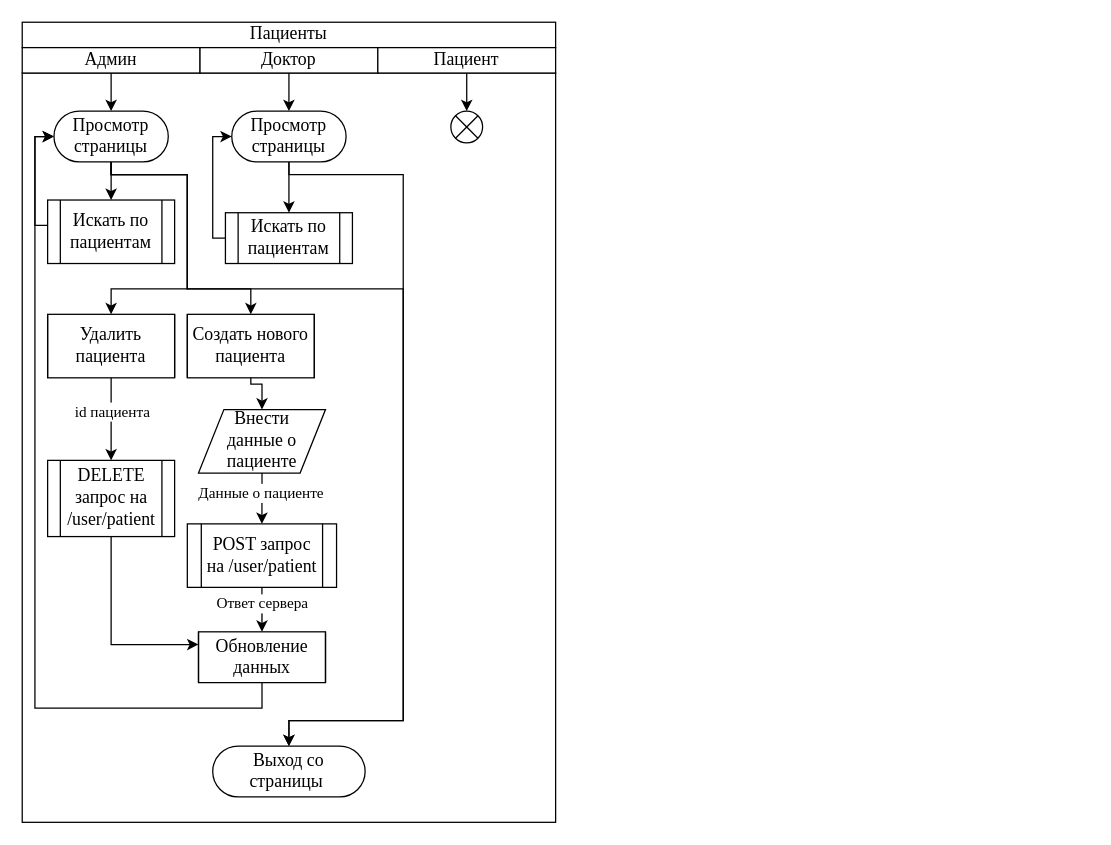
This is rooms and departments.drawio from arturyumaev/Bachelor-Diploma-Docs, a draw.io file, before an edit. Source tidied: cells renumbered, new cells numbered last; positions are measured from the earlier drawing's top-left corner, leaving out a move shared by most shapes. Both pictures are drawn from the tidied source at 127%, with x=0, y=0 at pixel (22, 22).
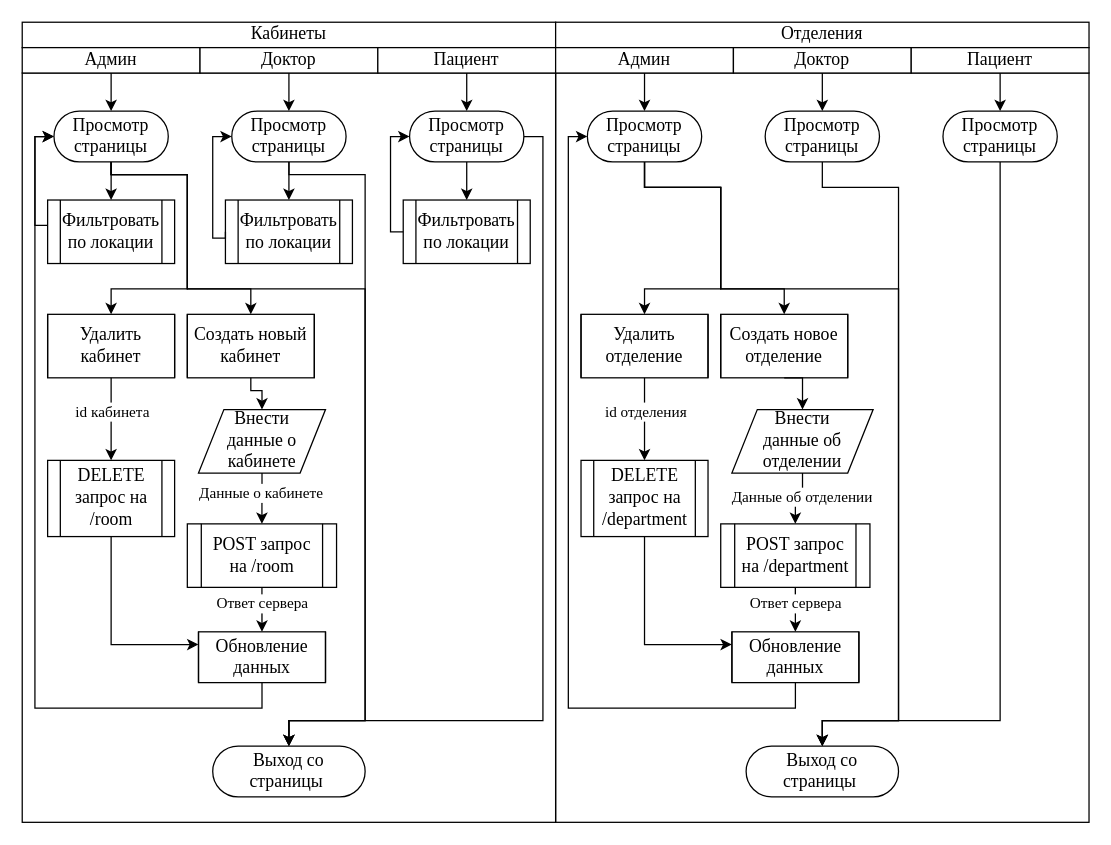
Above is the later version.

The change refers to these unchanged cells:
```xml
<mxCell id="9" value="&lt;font style=&quot;font-size: 14px&quot; face=&quot;Times New Roman&quot;&gt;Пациент&lt;/font&gt;" style="rounded=0;whiteSpace=wrap;html=1;" parent="1" vertex="1">
  <mxGeometry x="280" y="20" width="140" height="20" as="geometry" />
</mxCell>
<mxCell id="15" value="&lt;font style=&quot;font-size: 14px&quot; face=&quot;Times New Roman&quot;&gt;Просмотр страницы&lt;/font&gt;" style="rounded=1;whiteSpace=wrap;html=1;fillColor=none;arcSize=50;" parent="1" vertex="1">
  <mxGeometry x="25" y="70" width="90" height="40" as="geometry" />
</mxCell>
<mxCell id="16" value="&lt;font style=&quot;font-size: 14px&quot; face=&quot;Times New Roman&quot;&gt;Выход со страницы&amp;nbsp;&lt;/font&gt;" style="rounded=1;whiteSpace=wrap;html=1;fillColor=none;arcSize=50;" parent="1" vertex="1">
  <mxGeometry x="150" y="570" width="120" height="40" as="geometry" />
</mxCell>
<mxCell id="21" value="&lt;font style=&quot;font-size: 14px&quot; face=&quot;Times New Roman&quot;&gt;Просмотр страницы&lt;/font&gt;" style="rounded=1;whiteSpace=wrap;html=1;fillColor=none;arcSize=50;" parent="1" vertex="1">
  <mxGeometry x="165" y="70" width="90" height="40" as="geometry" />
</mxCell>
<mxCell id="26" style="edgeStyle=orthogonalEdgeStyle;rounded=0;jettySize=auto;html=1;exitX=0.5;exitY=1;exitDx=0;exitDy=0;entryX=0.5;entryY=0;entryDx=0;entryDy=0;" parent="1" edge="1" source="28" target="31">
  <mxGeometry relative="1" as="geometry" />
</mxCell>
<mxCell id="34" style="edgeStyle=orthogonalEdgeStyle;rounded=0;jettySize=auto;html=1;exitX=0.5;exitY=1;exitDx=0;exitDy=0;entryX=0.5;entryY=0;entryDx=0;entryDy=0;" parent="1" edge="1" source="36" target="38">
  <mxGeometry relative="1" as="geometry" />
</mxCell>
```

The edit, as a diff of the source:
```diff
@@
-    <mxCell id="3" value="&lt;font face=&quot;Times New Roman&quot;&gt;&lt;span style=&quot;font-size: 14px&quot;&gt;Пациенты&lt;/span&gt;&lt;/font&gt;" style="rounded=0;whiteSpace=wrap;html=1;" parent="1" vertex="1">
+    <mxCell id="3" value="&lt;font face=&quot;Times New Roman&quot;&gt;&lt;span style=&quot;font-size: 14px&quot;&gt;Кабинеты&lt;/span&gt;&lt;/font&gt;" style="rounded=0;whiteSpace=wrap;html=1;" parent="1" vertex="1">
       <mxGeometry width="420" height="20" as="geometry" />
     </mxCell>
@@
-    <mxCell id="8" style="edgeStyle=orthogonalEdgeStyle;rounded=0;jettySize=auto;html=1;exitX=0.5;exitY=1;exitDx=0;exitDy=0;entryX=0.5;entryY=0;entryDx=0;entryDy=0;endArrow=classic;endFill=1;" parent="1" edge="1" source="9" target="39">
+    <mxCell id="8" style="edgeStyle=orthogonalEdgeStyle;rounded=0;jettySize=auto;html=1;exitX=0.5;exitY=1;exitDx=0;exitDy=0;entryX=0.5;entryY=0;entryDx=0;entryDy=0;endArrow=classic;endFill=1;" parent="1" edge="1" source="9" target="46">
       <mxGeometry relative="1" as="geometry" />
     </mxCell>
@@
     <mxCell id="14" style="edgeStyle=orthogonalEdgeStyle;rounded=0;jettySize=auto;html=1;entryX=0.5;entryY=0;entryDx=0;entryDy=0;" parent="1" edge="1" source="15" target="16">
       <mxGeometry relative="1" as="geometry">
         <Array as="points">
           <mxPoint x="70" y="120" />
           <mxPoint x="130" y="120" />
           <mxPoint x="130" y="210" />
-          <mxPoint x="300" y="210" />
-          <mxPoint x="300" y="550" />
+          <mxPoint x="270" y="210" />
+          <mxPoint x="270" y="550" />
           <mxPoint x="210" y="550" />
         </Array>
       </mxGeometry>
     </mxCell>
@@
-    <mxCell id="18" value="&lt;font style=&quot;font-size: 14px&quot; face=&quot;Times New Roman&quot;&gt;Искать по пациентам&lt;/font&gt;" style="shape=process;whiteSpace=wrap;html=1;backgroundOutline=1;fillColor=none;" parent="1" vertex="1">
+    <mxCell id="18" value="&lt;font style=&quot;font-size: 14px&quot; face=&quot;Times New Roman&quot;&gt;Фильтровать по локации&lt;/font&gt;" style="shape=process;whiteSpace=wrap;html=1;backgroundOutline=1;fillColor=none;" parent="1" vertex="1">
       <mxGeometry x="20" y="140" width="100" height="50" as="geometry" />
     </mxCell>
@@
     <mxCell id="20" style="edgeStyle=orthogonalEdgeStyle;rounded=0;jettySize=auto;html=1;entryX=0.5;entryY=0;entryDx=0;entryDy=0;" parent="1" edge="1" source="21" target="16">
       <mxGeometry relative="1" as="geometry">
         <Array as="points">
           <mxPoint x="210" y="120" />
-          <mxPoint x="300" y="120" />
-          <mxPoint x="300" y="550" />
+          <mxPoint x="270" y="120" />
+          <mxPoint x="270" y="550" />
           <mxPoint x="210" y="550" />
         </Array>
       </mxGeometry>
     </mxCell>
@@
-    <mxCell id="23" value="&lt;font style=&quot;font-size: 14px&quot; face=&quot;Times New Roman&quot;&gt;Искать по пациентам&lt;/font&gt;" style="shape=process;whiteSpace=wrap;html=1;backgroundOutline=1;fillColor=none;" parent="1" vertex="1">
-      <mxGeometry x="160" y="150" width="100" height="40" as="geometry" />
+    <mxCell id="23" value="&lt;font style=&quot;font-size: 14px&quot; face=&quot;Times New Roman&quot;&gt;Фильтровать по локации&lt;/font&gt;" style="shape=process;whiteSpace=wrap;html=1;backgroundOutline=1;fillColor=none;" parent="1" vertex="1">
+      <mxGeometry x="160" y="140" width="100" height="50" as="geometry" />
     </mxCell>
     <mxCell id="24" style="edgeStyle=orthogonalEdgeStyle;rounded=0;jettySize=auto;html=1;entryX=0.5;entryY=0;entryDx=0;entryDy=0;exitX=0.5;exitY=1;exitDx=0;exitDy=0;" parent="1" edge="1" source="25" target="28">
       <mxGeometry relative="1" as="geometry">
         <Array as="points">
-          <mxPoint x="180" y="285" />
-          <mxPoint x="189" y="285" />
+          <mxPoint x="180" y="290" />
+          <mxPoint x="189" y="290" />
         </Array>
       </mxGeometry>
     </mxCell>
-    <mxCell id="25" value="&lt;font style=&quot;font-size: 14px&quot; face=&quot;Times New Roman&quot;&gt;Создать нового пациента&lt;/font&gt;" style="shape=process;whiteSpace=wrap;html=1;backgroundOutline=1;fillColor=none;size=0;" parent="1" vertex="1">
+    <mxCell id="25" value="&lt;font style=&quot;font-size: 14px&quot; face=&quot;Times New Roman&quot;&gt;Создать новый кабинет&lt;/font&gt;" style="shape=process;whiteSpace=wrap;html=1;backgroundOutline=1;fillColor=none;size=0;" parent="1" vertex="1">
       <mxGeometry x="130" y="230" width="100" height="50" as="geometry" />
     </mxCell>
@@
-    <mxCell id="27" value="&lt;font style=&quot;font-size: 12px&quot; face=&quot;Times New Roman&quot;&gt;Данные о пациенте&lt;/font&gt;" style="edgeLabel;html=1;align=center;verticalAlign=middle;" parent="26" vertex="1">
+    <mxCell id="27" value="&lt;font style=&quot;font-size: 12px&quot; face=&quot;Times New Roman&quot;&gt;Данные о кабинете&lt;/font&gt;" style="edgeLabel;html=1;align=center;verticalAlign=middle;" parent="26" vertex="1">
       <mxGeometry x="-0.19" y="-1" relative="1" as="geometry" />
     </mxCell>
-    <mxCell id="28" value="&lt;font style=&quot;font-size: 14px&quot; face=&quot;Times New Roman&quot;&gt;Внести&lt;br&gt;данные о пациенте&lt;/font&gt;" style="shape=parallelogram;perimeter=parallelogramPerimeter;whiteSpace=wrap;html=1;fixedSize=1;" parent="1" vertex="1">
+    <mxCell id="28" value="&lt;font style=&quot;font-size: 14px&quot; face=&quot;Times New Roman&quot;&gt;Внести&lt;br&gt;данные о кабинете&lt;/font&gt;" style="shape=parallelogram;perimeter=parallelogramPerimeter;whiteSpace=wrap;html=1;fixedSize=1;" parent="1" vertex="1">
       <mxGeometry x="138.8" y="305" width="100" height="50" as="geometry" />
     </mxCell>
@@
-    <mxCell id="31" value="&lt;font style=&quot;font-size: 14px&quot; face=&quot;Times New Roman&quot;&gt;POST запрос на /user/patient&lt;/font&gt;" style="shape=process;whiteSpace=wrap;html=1;backgroundOutline=1;fillColor=none;size=0.09523809523809523;" parent="1" vertex="1">
+    <mxCell id="31" value="&lt;font style=&quot;font-size: 14px&quot; face=&quot;Times New Roman&quot;&gt;POST запрос на /room&lt;/font&gt;" style="shape=process;whiteSpace=wrap;html=1;backgroundOutline=1;fillColor=none;size=0.09523809523809523;" parent="1" vertex="1">
       <mxGeometry x="130" y="395" width="117.5" height="50" as="geometry" />
     </mxCell>
@@
-    <mxCell id="35" value="&lt;font style=&quot;font-size: 12px&quot; face=&quot;Times New Roman&quot;&gt;id пациента&lt;/font&gt;" style="edgeLabel;html=1;align=center;verticalAlign=middle;" parent="34" vertex="1">
+    <mxCell id="35" value="&lt;font style=&quot;font-size: 12px&quot; face=&quot;Times New Roman&quot;&gt;id кабинета&lt;/font&gt;" style="edgeLabel;html=1;align=center;verticalAlign=middle;" parent="34" vertex="1">
       <mxGeometry x="-0.2" relative="1" as="geometry" />
     </mxCell>
-    <mxCell id="36" value="&lt;font style=&quot;font-size: 14px&quot; face=&quot;Times New Roman&quot;&gt;Удалить пациента&lt;/font&gt;" style="shape=process;whiteSpace=wrap;html=1;backgroundOutline=1;fillColor=none;size=0;" parent="1" vertex="1">
+    <mxCell id="36" value="&lt;font style=&quot;font-size: 14px&quot; face=&quot;Times New Roman&quot;&gt;Удалить кабинет&lt;/font&gt;" style="shape=process;whiteSpace=wrap;html=1;backgroundOutline=1;fillColor=none;size=0;" parent="1" vertex="1">
       <mxGeometry x="20" y="230" width="100" height="50" as="geometry" />
     </mxCell>
@@
-    <mxCell id="38" value="&lt;font style=&quot;font-size: 14px&quot; face=&quot;Times New Roman&quot;&gt;DELETE запрос на /user/patient&lt;/font&gt;" style="shape=process;whiteSpace=wrap;html=1;backgroundOutline=1;fillColor=none;size=0.09523809523809523;" parent="1" vertex="1">
+    <mxCell id="38" value="&lt;font style=&quot;font-size: 14px&quot; face=&quot;Times New Roman&quot;&gt;DELETE запрос на /room&lt;/font&gt;" style="shape=process;whiteSpace=wrap;html=1;backgroundOutline=1;fillColor=none;size=0.09523809523809523;" parent="1" vertex="1">
       <mxGeometry x="20" y="345" width="100" height="60" as="geometry" />
     </mxCell>
-    <mxCell id="39" style="ellipse;whiteSpace=wrap;html=1;" parent="1" vertex="1">
-      <mxGeometry x="337.5" y="70" width="25" height="25" as="geometry" />
-    </mxCell>
-    <mxCell id="40" style="rounded=0;orthogonalLoop=1;jettySize=auto;html=1;exitX=0;exitY=0;exitDx=0;exitDy=0;entryX=1;entryY=1;entryDx=0;entryDy=0;endArrow=none;endFill=0;" parent="1" edge="1" source="39" target="39">
-      <mxGeometry relative="1" as="geometry" />
-    </mxCell>
-    <mxCell id="41" style="edgeStyle=none;rounded=0;orthogonalLoop=1;jettySize=auto;html=1;exitX=1;exitY=0;exitDx=0;exitDy=0;entryX=0;entryY=1;entryDx=0;entryDy=0;endArrow=none;endFill=0;" parent="1" edge="1" source="39" target="39">
-      <mxGeometry relative="1" as="geometry" />
-    </mxCell>
+    <mxCell id="42" style="edgeStyle=orthogonalEdgeStyle;rounded=0;jettySize=auto;html=1;exitX=0;exitY=0.5;exitDx=0;exitDy=0;entryX=0;entryY=0.5;entryDx=0;entryDy=0;" parent="1" edge="1" source="43" target="46">
+      <mxGeometry relative="1" as="geometry">
+        <Array as="points">
+          <mxPoint x="290" y="165" />
+          <mxPoint x="290" y="90" />
+        </Array>
+      </mxGeometry>
+    </mxCell>
+    <mxCell id="43" value="&lt;font style=&quot;font-size: 14px&quot; face=&quot;Times New Roman&quot;&gt;Фильтровать по локации&lt;/font&gt;" style="shape=process;whiteSpace=wrap;html=1;backgroundOutline=1;fillColor=none;" parent="1" vertex="1">
+      <mxGeometry x="300" y="140" width="100" height="50" as="geometry" />
+    </mxCell>
+    <mxCell id="44" style="edgeStyle=orthogonalEdgeStyle;rounded=0;jettySize=auto;html=1;entryX=0.5;entryY=0;entryDx=0;entryDy=0;" parent="1" edge="1" source="46" target="43">
+      <mxGeometry relative="1" as="geometry" />
+    </mxCell>
+    <mxCell id="45" style="edgeStyle=orthogonalEdgeStyle;rounded=0;jettySize=auto;html=1;exitX=1;exitY=0.5;exitDx=0;exitDy=0;entryX=0.5;entryY=0;entryDx=0;entryDy=0;" parent="1" edge="1" source="46" target="16">
+      <mxGeometry relative="1" as="geometry">
+        <Array as="points">
+          <mxPoint x="410" y="90" />
+          <mxPoint x="410" y="550" />
+          <mxPoint x="210" y="550" />
+        </Array>
+      </mxGeometry>
+    </mxCell>
+    <mxCell id="46" value="&lt;font style=&quot;font-size: 14px&quot; face=&quot;Times New Roman&quot;&gt;Просмотр страницы&lt;/font&gt;" style="rounded=1;whiteSpace=wrap;html=1;fillColor=none;arcSize=50;" parent="1" vertex="1">
+      <mxGeometry x="305" y="70" width="90" height="40" as="geometry" />
+    </mxCell>
+    <mxCell id="47" style="rounded=0;whiteSpace=wrap;html=1;fillColor=none;" parent="1" vertex="1">
+      <mxGeometry x="420" y="40" width="420" height="590" as="geometry" />
+    </mxCell>
+    <mxCell id="48" value="&lt;font face=&quot;Times New Roman&quot;&gt;&lt;span style=&quot;font-size: 14px&quot;&gt;Отделения&lt;/span&gt;&lt;/font&gt;" style="rounded=0;whiteSpace=wrap;html=1;" parent="1" vertex="1">
+      <mxGeometry x="420" width="420" height="20" as="geometry" />
+    </mxCell>
+    <mxCell id="49" style="edgeStyle=orthogonalEdgeStyle;rounded=0;jettySize=auto;html=1;exitX=0.5;exitY=1;exitDx=0;exitDy=0;entryX=0.5;entryY=0;entryDx=0;entryDy=0;endArrow=classic;endFill=1;" parent="1" edge="1" source="50" target="59">
+      <mxGeometry relative="1" as="geometry" />
+    </mxCell>
+    <mxCell id="50" value="&lt;font style=&quot;font-size: 14px&quot; face=&quot;Times New Roman&quot;&gt;Админ&lt;/font&gt;" style="rounded=0;whiteSpace=wrap;html=1;" parent="1" vertex="1">
+      <mxGeometry x="420" y="20" width="140" height="20" as="geometry" />
+    </mxCell>
+    <mxCell id="51" style="edgeStyle=orthogonalEdgeStyle;rounded=0;jettySize=auto;html=1;exitX=0.5;exitY=1;exitDx=0;exitDy=0;entryX=0.5;entryY=0;entryDx=0;entryDy=0;endArrow=classic;endFill=1;" parent="1" edge="1" source="52" target="62">
+      <mxGeometry relative="1" as="geometry" />
+    </mxCell>
+    <mxCell id="52" value="&lt;font style=&quot;font-size: 14px&quot; face=&quot;Times New Roman&quot;&gt;Доктор&lt;/font&gt;" style="rounded=0;whiteSpace=wrap;html=1;" parent="1" vertex="1">
+      <mxGeometry x="560" y="20" width="140" height="20" as="geometry" />
+    </mxCell>
+    <mxCell id="53" style="edgeStyle=orthogonalEdgeStyle;rounded=0;jettySize=auto;html=1;exitX=0.5;exitY=1;exitDx=0;exitDy=0;entryX=0.5;entryY=0;entryDx=0;entryDy=0;endArrow=classic;endFill=1;" parent="1" edge="1" source="54" target="79">
+      <mxGeometry relative="1" as="geometry" />
+    </mxCell>
+    <mxCell id="54" value="&lt;font style=&quot;font-size: 14px&quot; face=&quot;Times New Roman&quot;&gt;Пациент&lt;/font&gt;" style="rounded=0;whiteSpace=wrap;html=1;" parent="1" vertex="1">
+      <mxGeometry x="700" y="20" width="140" height="20" as="geometry" />
+    </mxCell>
+    <mxCell id="55" style="edgeStyle=orthogonalEdgeStyle;rounded=0;orthogonalLoop=1;jettySize=auto;html=1;endArrow=classic;endFill=1;exitX=0.5;exitY=0;exitDx=0;exitDy=0;entryX=0.5;entryY=0;entryDx=0;entryDy=0;" parent="1" edge="1" source="59" target="59">
+      <mxGeometry relative="1" as="geometry" />
+    </mxCell>
+    <mxCell id="56" style="edgeStyle=orthogonalEdgeStyle;rounded=0;jettySize=auto;html=1;entryX=0.5;entryY=0;entryDx=0;entryDy=0;" parent="1" edge="1" source="59" target="75">
+      <mxGeometry relative="1" as="geometry">
+        <Array as="points">
+          <mxPoint x="490" y="130" />
+          <mxPoint x="550" y="130" />
+          <mxPoint x="550" y="210" />
+          <mxPoint x="490" y="210" />
+        </Array>
+      </mxGeometry>
+    </mxCell>
+    <mxCell id="57" style="edgeStyle=orthogonalEdgeStyle;rounded=0;jettySize=auto;html=1;entryX=0.5;entryY=0;entryDx=0;entryDy=0;" parent="1" edge="1" source="59" target="64">
+      <mxGeometry relative="1" as="geometry">
+        <Array as="points">
+          <mxPoint x="490" y="130" />
+          <mxPoint x="550" y="130" />
+          <mxPoint x="550" y="210" />
+          <mxPoint x="600" y="210" />
+        </Array>
+      </mxGeometry>
+    </mxCell>
+    <mxCell id="58" style="edgeStyle=orthogonalEdgeStyle;rounded=0;jettySize=auto;html=1;entryX=0.5;entryY=0;entryDx=0;entryDy=0;" parent="1" edge="1" source="59" target="60">
+      <mxGeometry relative="1" as="geometry">
+        <Array as="points">
+          <mxPoint x="490" y="130" />
+          <mxPoint x="550" y="130" />
+          <mxPoint x="550" y="210" />
+          <mxPoint x="690" y="210" />
+          <mxPoint x="690" y="550" />
+          <mxPoint x="630" y="550" />
+        </Array>
+      </mxGeometry>
+    </mxCell>
+    <mxCell id="59" value="&lt;font style=&quot;font-size: 14px&quot; face=&quot;Times New Roman&quot;&gt;Просмотр страницы&lt;/font&gt;" style="rounded=1;whiteSpace=wrap;html=1;fillColor=none;arcSize=50;" parent="1" vertex="1">
+      <mxGeometry x="445" y="70" width="90" height="40" as="geometry" />
+    </mxCell>
+    <mxCell id="60" value="&lt;font style=&quot;font-size: 14px&quot; face=&quot;Times New Roman&quot;&gt;Выход со страницы&amp;nbsp;&lt;/font&gt;" style="rounded=1;whiteSpace=wrap;html=1;fillColor=none;arcSize=50;" parent="1" vertex="1">
+      <mxGeometry x="570" y="570" width="120" height="40" as="geometry" />
+    </mxCell>
+    <mxCell id="61" style="edgeStyle=orthogonalEdgeStyle;rounded=0;jettySize=auto;html=1;entryX=0.5;entryY=0;entryDx=0;entryDy=0;" parent="1" edge="1" source="62" target="60">
+      <mxGeometry relative="1" as="geometry">
+        <Array as="points">
+          <mxPoint x="630" y="130" />
+          <mxPoint x="690" y="130" />
+          <mxPoint x="690" y="550" />
+          <mxPoint x="630" y="550" />
+        </Array>
+      </mxGeometry>
+    </mxCell>
+    <mxCell id="62" value="&lt;font style=&quot;font-size: 14px&quot; face=&quot;Times New Roman&quot;&gt;Просмотр страницы&lt;/font&gt;" style="rounded=1;whiteSpace=wrap;html=1;fillColor=none;arcSize=50;" parent="1" vertex="1">
+      <mxGeometry x="585" y="70" width="90" height="40" as="geometry" />
+    </mxCell>
+    <mxCell id="63" style="edgeStyle=orthogonalEdgeStyle;rounded=0;jettySize=auto;html=1;exitX=0.5;exitY=1;exitDx=0;exitDy=0;entryX=0.5;entryY=0;entryDx=0;entryDy=0;" parent="1" edge="1" source="64" target="67">
+      <mxGeometry relative="1" as="geometry" />
+    </mxCell>
+    <mxCell id="64" value="&lt;font style=&quot;font-size: 14px&quot; face=&quot;Times New Roman&quot;&gt;Создать новое отделение&lt;/font&gt;" style="shape=process;whiteSpace=wrap;html=1;backgroundOutline=1;fillColor=none;size=0;" parent="1" vertex="1">
+      <mxGeometry x="550" y="230" width="100" height="50" as="geometry" />
+    </mxCell>
+    <mxCell id="65" style="edgeStyle=orthogonalEdgeStyle;rounded=0;jettySize=auto;html=1;exitX=0.5;exitY=1;exitDx=0;exitDy=0;entryX=0.5;entryY=0;entryDx=0;entryDy=0;" parent="1" edge="1" source="67" target="70">
+      <mxGeometry relative="1" as="geometry" />
+    </mxCell>
+    <mxCell id="66" value="&lt;font style=&quot;font-size: 12px&quot; face=&quot;Times New Roman&quot;&gt;Данные об отделении&lt;/font&gt;" style="edgeLabel;html=1;align=center;verticalAlign=middle;" parent="65" vertex="1">
+      <mxGeometry x="-0.19" y="-1" relative="1" as="geometry" />
+    </mxCell>
+    <mxCell id="67" value="&lt;font style=&quot;font-size: 14px&quot; face=&quot;Times New Roman&quot;&gt;Внести&lt;br&gt;данные об отделении&lt;/font&gt;" style="shape=parallelogram;perimeter=parallelogramPerimeter;whiteSpace=wrap;html=1;fixedSize=1;" parent="1" vertex="1">
+      <mxGeometry x="558.8" y="305" width="111.2" height="50" as="geometry" />
+    </mxCell>
+    <mxCell id="68" style="edgeStyle=orthogonalEdgeStyle;rounded=0;jettySize=auto;html=1;exitX=0.5;exitY=1;exitDx=0;exitDy=0;entryX=0.5;entryY=0;entryDx=0;entryDy=0;" parent="1" edge="1" source="70" target="72">
+      <mxGeometry relative="1" as="geometry" />
+    </mxCell>
+    <mxCell id="69" value="&lt;font style=&quot;font-size: 12px&quot; face=&quot;Times New Roman&quot;&gt;Ответ сервера&lt;/font&gt;" style="edgeLabel;html=1;align=center;verticalAlign=middle;" parent="68" vertex="1">
+      <mxGeometry x="-0.23" relative="1" as="geometry" />
+    </mxCell>
+    <mxCell id="70" value="&lt;font style=&quot;font-size: 14px&quot; face=&quot;Times New Roman&quot;&gt;POST запрос на /department&lt;/font&gt;" style="shape=process;whiteSpace=wrap;html=1;backgroundOutline=1;fillColor=none;size=0.09523809523809523;" parent="1" vertex="1">
+      <mxGeometry x="550" y="395" width="117.5" height="50" as="geometry" />
+    </mxCell>
+    <mxCell id="71" style="edgeStyle=orthogonalEdgeStyle;rounded=0;jettySize=auto;html=1;entryX=0;entryY=0.5;entryDx=0;entryDy=0;" parent="1" edge="1" source="72" target="59">
+      <mxGeometry relative="1" as="geometry">
+        <Array as="points">
+          <mxPoint x="609" y="540" />
+          <mxPoint x="430" y="540" />
+          <mxPoint x="430" y="90" />
+        </Array>
+      </mxGeometry>
+    </mxCell>
+    <mxCell id="72" value="&lt;font style=&quot;font-size: 14px&quot; face=&quot;Times New Roman&quot;&gt;Обновление данных&lt;/font&gt;" style="shape=process;whiteSpace=wrap;html=1;backgroundOutline=1;fillColor=none;size=0;" parent="1" vertex="1">
+      <mxGeometry x="558.8" y="480" width="100" height="40" as="geometry" />
+    </mxCell>
+    <mxCell id="73" style="edgeStyle=orthogonalEdgeStyle;rounded=0;jettySize=auto;html=1;exitX=0.5;exitY=1;exitDx=0;exitDy=0;entryX=0.5;entryY=0;entryDx=0;entryDy=0;" parent="1" edge="1" source="75" target="77">
+      <mxGeometry relative="1" as="geometry" />
+    </mxCell>
+    <mxCell id="74" value="&lt;font style=&quot;font-size: 12px&quot; face=&quot;Times New Roman&quot;&gt;id отделения&lt;/font&gt;" style="edgeLabel;html=1;align=center;verticalAlign=middle;" parent="73" vertex="1">
+      <mxGeometry x="-0.2" relative="1" as="geometry" />
+    </mxCell>
+    <mxCell id="75" value="&lt;font style=&quot;font-size: 14px&quot; face=&quot;Times New Roman&quot;&gt;Удалить отделение&lt;/font&gt;" style="shape=process;whiteSpace=wrap;html=1;backgroundOutline=1;fillColor=none;size=0;" parent="1" vertex="1">
+      <mxGeometry x="440" y="230" width="100" height="50" as="geometry" />
+    </mxCell>
+    <mxCell id="76" style="edgeStyle=orthogonalEdgeStyle;rounded=0;jettySize=auto;html=1;exitX=0.5;exitY=1;exitDx=0;exitDy=0;entryX=0;entryY=0.25;entryDx=0;entryDy=0;" parent="1" edge="1" source="77" target="72">
+      <mxGeometry relative="1" as="geometry" />
+    </mxCell>
+    <mxCell id="77" value="&lt;font style=&quot;font-size: 14px&quot; face=&quot;Times New Roman&quot;&gt;DELETE запрос на /department&lt;/font&gt;" style="shape=process;whiteSpace=wrap;html=1;backgroundOutline=1;fillColor=none;size=0.09523809523809523;" parent="1" vertex="1">
+      <mxGeometry x="440" y="345" width="100" height="60" as="geometry" />
+    </mxCell>
+    <mxCell id="78" style="edgeStyle=orthogonalEdgeStyle;rounded=0;jettySize=auto;html=1;exitX=0.5;exitY=1;exitDx=0;exitDy=0;entryX=0.5;entryY=0;entryDx=0;entryDy=0;" parent="1" edge="1" source="79" target="60">
+      <mxGeometry relative="1" as="geometry">
+        <Array as="points">
+          <mxPoint x="770" y="550" />
+          <mxPoint x="630" y="550" />
+        </Array>
+      </mxGeometry>
+    </mxCell>
+    <mxCell id="79" value="&lt;font style=&quot;font-size: 14px&quot; face=&quot;Times New Roman&quot;&gt;Просмотр страницы&lt;/font&gt;" style="rounded=1;whiteSpace=wrap;html=1;fillColor=none;arcSize=50;" parent="1" vertex="1">
+      <mxGeometry x="725" y="70" width="90" height="40" as="geometry" />
+    </mxCell>
```
